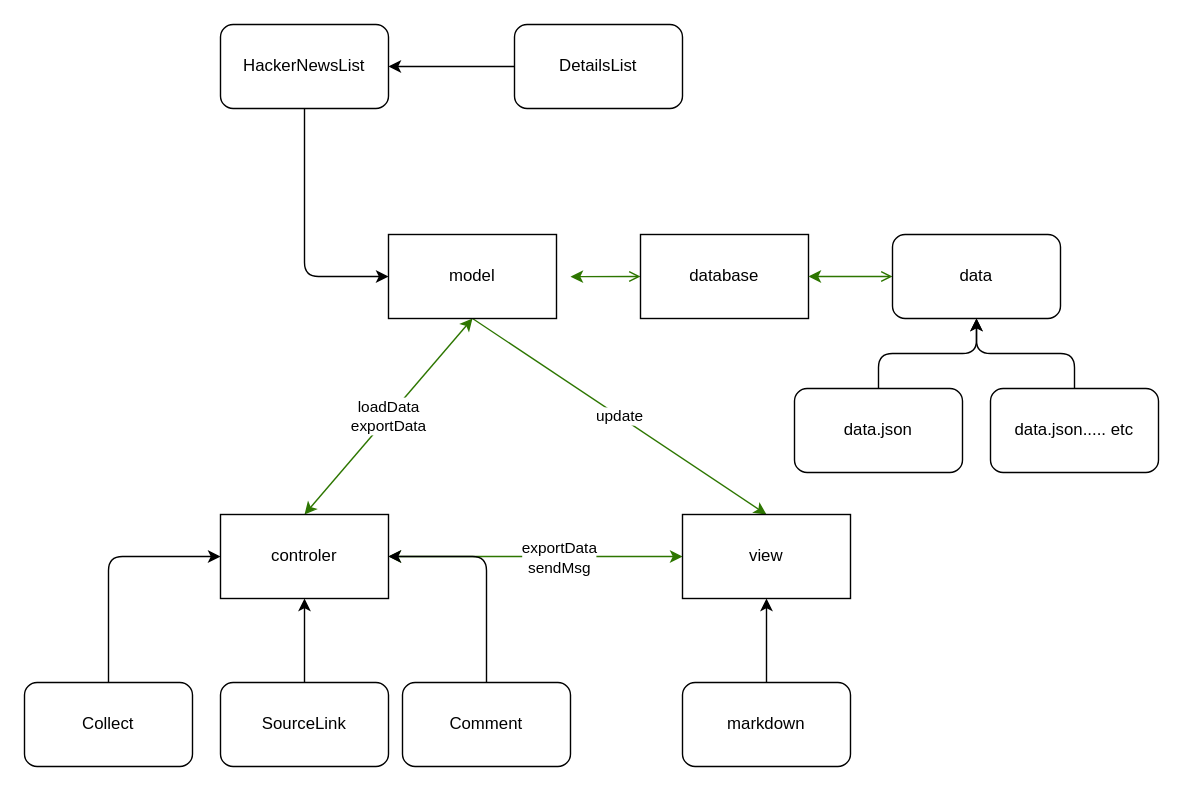
tower-town/Koala-Hacker-News keeps this draw.io diagram as docs/overview.drawio. Above is the earlier version. Source tidied: cells renumbered, new cells numbered last; positions are measured from the earlier drawing's top-left corner, leaving out a move shared by most shapes. Both pictures are drawn from the tidied source at 140%, with x=0, y=0 at pixel (24, 24).
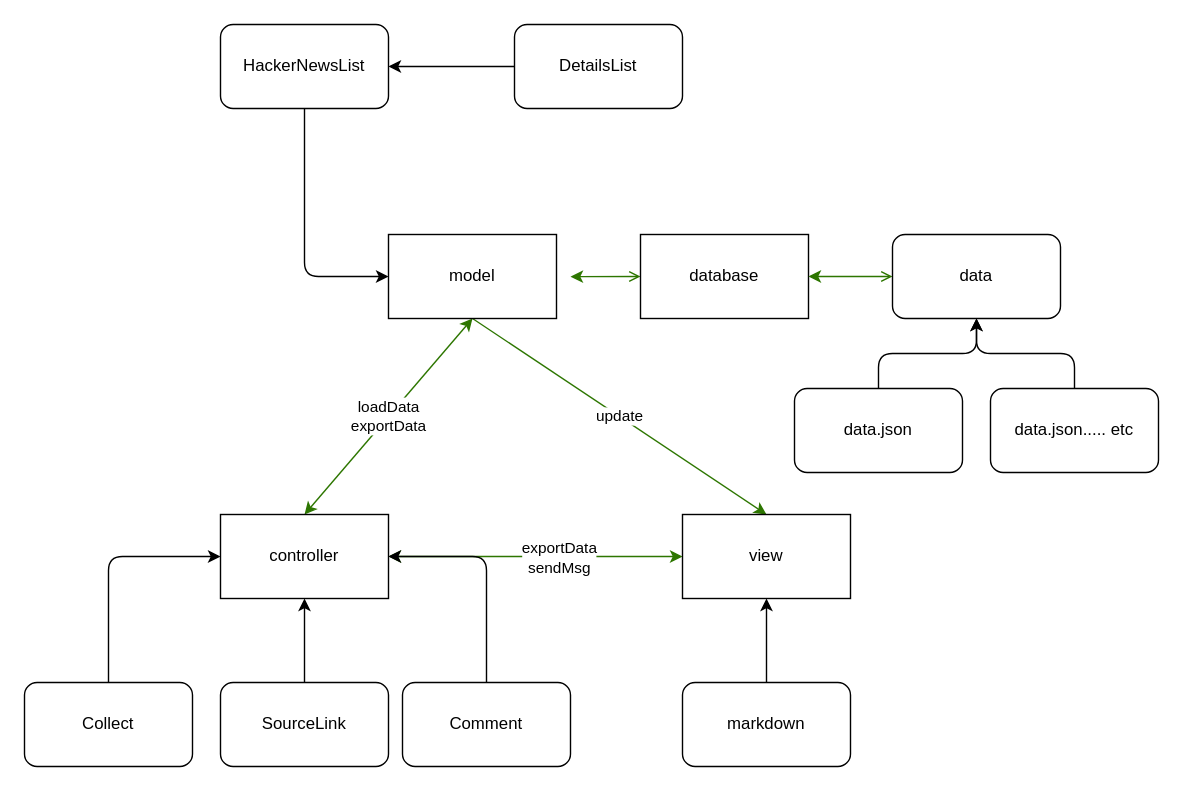
The same page after the edit.

What changed in the source:
```diff
@@
-    <mxCell id="7" value="controler" style="rounded=0;whiteSpace=wrap;html=1;" parent="1" vertex="1">
+    <mxCell id="7" value="controller" style="rounded=0;whiteSpace=wrap;html=1;" parent="1" vertex="1">
       <mxGeometry x="140" y="350" width="120" height="60" as="geometry" />
     </mxCell>
```
